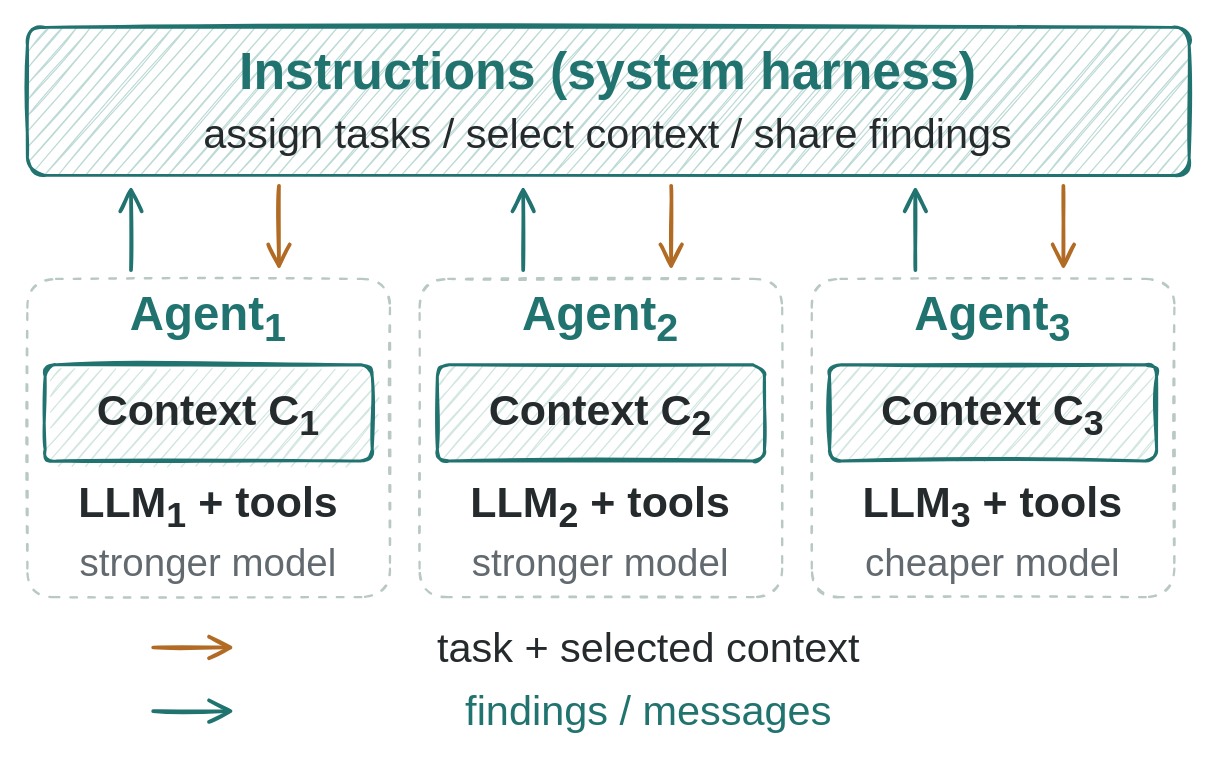
MathisRost/agentic-ai-math keeps this draw.io diagram as assets/multi_agent_contexts.drawio. Above is the earlier version. Source tidied: cells renumbered, new cells numbered last; positions are measured from the earlier drawing's top-left corner, leaving out a move shared by most shapes. Both pictures are drawn from the tidied source at 148%, with x=0, y=0 at pixel (27, 27).
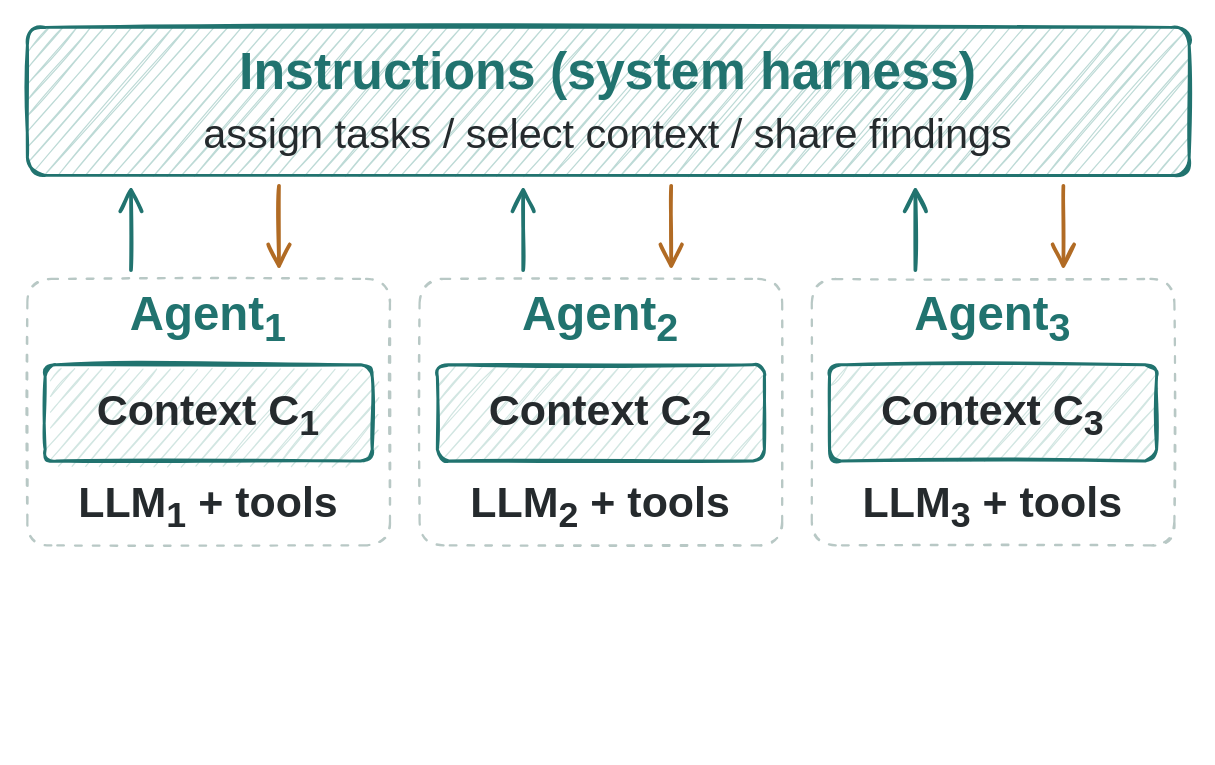
Above is the later version.

Change to the diagram source:
```diff
@@
     <mxCell id="7" style="rounded=1;arcSize=9;fillColor=none;strokeColor=#B8C8C5;strokeWidth=1.5;dashed=1;dashPattern=3 5;sketch=1;jiggle=0.5;" parent="1" vertex="1">
-      <mxGeometry y="170" width="245" height="215" as="geometry" />
+      <mxGeometry y="170" width="245" height="180" as="geometry" />
     </mxCell>
@@
-    <mxCell id="12" value="stronger model" style="text;html=0;whiteSpace=wrap;align=center;verticalAlign=middle;fontFamily=Kalam;fontSize=26;fontStyle=0;fontColor=#626A70;strokeColor=none;fillColor=none;" parent="1" vertex="1">
-      <mxGeometry x="5" y="347" width="235" height="30" as="geometry" />
+    <mxCell id="12" style="edgeStyle=none;rounded=1;curved=0;html=0;sketch=1;comic=0;jiggle=0.6;strokeColor=#B16B24;strokeWidth=2.5;endArrow=open;endSize=12;endFill=0;dashed=0;" parent="1" edge="1">
+      <mxGeometry relative="1" as="geometry">
+        <mxPoint x="435" y="107" as="sourcePoint" />
+        <mxPoint x="435" y="164" as="targetPoint" />
+      </mxGeometry>
     </mxCell>
-    <mxCell id="13" style="edgeStyle=none;rounded=1;curved=0;html=0;sketch=1;comic=0;jiggle=0.6;strokeColor=#B16B24;strokeWidth=2.5;endArrow=open;endSize=12;endFill=0;dashed=0;" parent="1" edge="1">
+    <mxCell id="13" style="edgeStyle=none;rounded=1;curved=0;html=0;sketch=1;comic=0;jiggle=0.6;strokeColor=#21736F;strokeWidth=2.5;endArrow=open;endSize=12;endFill=0;dashed=0;" parent="1" edge="1">
       <mxGeometry relative="1" as="geometry">
-        <mxPoint x="435" y="107" as="sourcePoint" />
-        <mxPoint x="435" y="164" as="targetPoint" />
+        <mxPoint x="335" y="164" as="sourcePoint" />
+        <mxPoint x="335" y="107" as="targetPoint" />
       </mxGeometry>
     </mxCell>
-    <mxCell id="14" style="edgeStyle=none;rounded=1;curved=0;html=0;sketch=1;comic=0;jiggle=0.6;strokeColor=#21736F;strokeWidth=2.5;endArrow=open;endSize=12;endFill=0;dashed=0;" parent="1" edge="1">
-      <mxGeometry relative="1" as="geometry">
-        <mxPoint x="335" y="164" as="sourcePoint" />
-        <mxPoint x="335" y="107" as="targetPoint" />
-      </mxGeometry>
+    <mxCell id="14" style="rounded=1;arcSize=9;fillColor=none;strokeColor=#B8C8C5;strokeWidth=1.5;dashed=1;dashPattern=3 5;sketch=1;jiggle=0.5;" parent="1" vertex="1">
+      <mxGeometry x="265" y="170" width="245" height="180" as="geometry" />
     </mxCell>
-    <mxCell id="15" style="rounded=1;arcSize=9;fillColor=none;strokeColor=#B8C8C5;strokeWidth=1.5;dashed=1;dashPattern=3 5;sketch=1;jiggle=0.5;" parent="1" vertex="1">
-      <mxGeometry x="265" y="170" width="245" height="215" as="geometry" />
+    <mxCell id="15" value="Agent&lt;sub&gt;2&lt;/sub&gt;" style="text;html=1;whiteSpace=wrap;align=center;verticalAlign=middle;fontFamily=Kalam;fontSize=32;fontStyle=1;fontColor=#21736F;strokeColor=none;fillColor=none;" parent="1" vertex="1">
+      <mxGeometry x="270" y="178" width="235" height="38" as="geometry" />
     </mxCell>
-    <mxCell id="16" value="Agent&lt;sub&gt;2&lt;/sub&gt;" style="text;html=1;whiteSpace=wrap;align=center;verticalAlign=middle;fontFamily=Kalam;fontSize=32;fontStyle=1;fontColor=#21736F;strokeColor=none;fillColor=none;" parent="1" vertex="1">
-      <mxGeometry x="270" y="178" width="235" height="38" as="geometry" />
+    <mxCell id="16" style="rounded=1;arcSize=12;whiteSpace=wrap;html=0;sketch=1;comic=0;jiggle=1.2;strokeWidth=2;fillStyle=hachure;hachureGap=7;fillWeight=0.8;fillColor=#D2E6E2;strokeColor=#21736F;fontColor=#252A2D;fontFamily=Kalam;fontSize=29;fontStyle=1;" parent="1" vertex="1">
+      <mxGeometry x="277" y="228" width="221" height="65" as="geometry" />
     </mxCell>
-    <mxCell id="17" style="rounded=1;arcSize=12;whiteSpace=wrap;html=0;sketch=1;comic=0;jiggle=1.2;strokeWidth=2;fillStyle=hachure;hachureGap=7;fillWeight=0.8;fillColor=#D2E6E2;strokeColor=#21736F;fontColor=#252A2D;fontFamily=Kalam;fontSize=29;fontStyle=1;" parent="1" vertex="1">
-      <mxGeometry x="277" y="228" width="221" height="65" as="geometry" />
+    <mxCell id="17" value="Context C&lt;sub&gt;2&lt;/sub&gt;" style="text;html=1;whiteSpace=wrap;align=center;verticalAlign=middle;fontFamily=Kalam;fontSize=29;fontStyle=1;fontColor=#252A2D;strokeColor=none;fillColor=none;" parent="1" vertex="1">
+      <mxGeometry x="283" y="228" width="209" height="65" as="geometry" />
     </mxCell>
-    <mxCell id="18" value="Context C&lt;sub&gt;2&lt;/sub&gt;" style="text;html=1;whiteSpace=wrap;align=center;verticalAlign=middle;fontFamily=Kalam;fontSize=29;fontStyle=1;fontColor=#252A2D;strokeColor=none;fillColor=none;" parent="1" vertex="1">
-      <mxGeometry x="283" y="228" width="209" height="65" as="geometry" />
+    <mxCell id="18" value="LLM&lt;sub&gt;2&lt;/sub&gt; + tools" style="text;html=1;whiteSpace=wrap;align=center;verticalAlign=middle;fontFamily=Kalam;fontSize=29;fontStyle=1;fontColor=#252A2D;strokeColor=none;fillColor=none;" parent="1" vertex="1">
+      <mxGeometry x="270" y="305" width="235" height="36" as="geometry" />
     </mxCell>
-    <mxCell id="19" value="LLM&lt;sub&gt;2&lt;/sub&gt; + tools" style="text;html=1;whiteSpace=wrap;align=center;verticalAlign=middle;fontFamily=Kalam;fontSize=29;fontStyle=1;fontColor=#252A2D;strokeColor=none;fillColor=none;" parent="1" vertex="1">
-      <mxGeometry x="270" y="305" width="235" height="36" as="geometry" />
+    <mxCell id="19" style="edgeStyle=none;rounded=1;curved=0;html=0;sketch=1;comic=0;jiggle=0.6;strokeColor=#B16B24;strokeWidth=2.5;endArrow=open;endSize=12;endFill=0;dashed=0;" parent="1" edge="1">
+      <mxGeometry relative="1" as="geometry">
+        <mxPoint x="700" y="107" as="sourcePoint" />
+        <mxPoint x="700" y="164" as="targetPoint" />
+      </mxGeometry>
     </mxCell>
-    <mxCell id="20" value="stronger model" style="text;html=0;whiteSpace=wrap;align=center;verticalAlign=middle;fontFamily=Kalam;fontSize=26;fontStyle=0;fontColor=#626A70;strokeColor=none;fillColor=none;" parent="1" vertex="1">
-      <mxGeometry x="270" y="347" width="235" height="30" as="geometry" />
+    <mxCell id="20" style="edgeStyle=none;rounded=1;curved=0;html=0;sketch=1;comic=0;jiggle=0.6;strokeColor=#21736F;strokeWidth=2.5;endArrow=open;endSize=12;endFill=0;dashed=0;" parent="1" edge="1">
+      <mxGeometry relative="1" as="geometry">
+        <mxPoint x="600" y="164" as="sourcePoint" />
+        <mxPoint x="600" y="107" as="targetPoint" />
+      </mxGeometry>
     </mxCell>
-    <mxCell id="21" style="edgeStyle=none;rounded=1;curved=0;html=0;sketch=1;comic=0;jiggle=0.6;strokeColor=#B16B24;strokeWidth=2.5;endArrow=open;endSize=12;endFill=0;dashed=0;" parent="1" edge="1">
-      <mxGeometry relative="1" as="geometry">
-        <mxPoint x="700" y="107" as="sourcePoint" />
-        <mxPoint x="700" y="164" as="targetPoint" />
-      </mxGeometry>
+    <mxCell id="21" style="rounded=1;arcSize=9;fillColor=none;strokeColor=#B8C8C5;strokeWidth=1.5;dashed=1;dashPattern=3 5;sketch=1;jiggle=0.5;" parent="1" vertex="1">
+      <mxGeometry x="530" y="170" width="245" height="180" as="geometry" />
     </mxCell>
-    <mxCell id="22" style="edgeStyle=none;rounded=1;curved=0;html=0;sketch=1;comic=0;jiggle=0.6;strokeColor=#21736F;strokeWidth=2.5;endArrow=open;endSize=12;endFill=0;dashed=0;" parent="1" edge="1">
-      <mxGeometry relative="1" as="geometry">
-        <mxPoint x="600" y="164" as="sourcePoint" />
-        <mxPoint x="600" y="107" as="targetPoint" />
-      </mxGeometry>
+    <mxCell id="22" value="Agent&lt;sub&gt;3&lt;/sub&gt;" style="text;html=1;whiteSpace=wrap;align=center;verticalAlign=middle;fontFamily=Kalam;fontSize=32;fontStyle=1;fontColor=#21736F;strokeColor=none;fillColor=none;" parent="1" vertex="1">
+      <mxGeometry x="535" y="178" width="235" height="38" as="geometry" />
     </mxCell>
-    <mxCell id="23" style="rounded=1;arcSize=9;fillColor=none;strokeColor=#B8C8C5;strokeWidth=1.5;dashed=1;dashPattern=3 5;sketch=1;jiggle=0.5;" parent="1" vertex="1">
-      <mxGeometry x="530" y="170" width="245" height="215" as="geometry" />
+    <mxCell id="23" style="rounded=1;arcSize=12;whiteSpace=wrap;html=0;sketch=1;comic=0;jiggle=1.2;strokeWidth=2;fillStyle=hachure;hachureGap=7;fillWeight=0.8;fillColor=#D2E6E2;strokeColor=#21736F;fontColor=#252A2D;fontFamily=Kalam;fontSize=29;fontStyle=1;" parent="1" vertex="1">
+      <mxGeometry x="542" y="228" width="221" height="65" as="geometry" />
     </mxCell>
-    <mxCell id="24" value="Agent&lt;sub&gt;3&lt;/sub&gt;" style="text;html=1;whiteSpace=wrap;align=center;verticalAlign=middle;fontFamily=Kalam;fontSize=32;fontStyle=1;fontColor=#21736F;strokeColor=none;fillColor=none;" parent="1" vertex="1">
-      <mxGeometry x="535" y="178" width="235" height="38" as="geometry" />
+    <mxCell id="24" value="Context C&lt;sub&gt;3&lt;/sub&gt;" style="text;html=1;whiteSpace=wrap;align=center;verticalAlign=middle;fontFamily=Kalam;fontSize=29;fontStyle=1;fontColor=#252A2D;strokeColor=none;fillColor=none;" parent="1" vertex="1">
+      <mxGeometry x="548" y="228" width="209" height="65" as="geometry" />
     </mxCell>
-    <mxCell id="25" style="rounded=1;arcSize=12;whiteSpace=wrap;html=0;sketch=1;comic=0;jiggle=1.2;strokeWidth=2;fillStyle=hachure;hachureGap=7;fillWeight=0.8;fillColor=#D2E6E2;strokeColor=#21736F;fontColor=#252A2D;fontFamily=Kalam;fontSize=29;fontStyle=1;" parent="1" vertex="1">
-      <mxGeometry x="542" y="228" width="221" height="65" as="geometry" />
+    <mxCell id="25" value="LLM&lt;sub&gt;3&lt;/sub&gt; + tools" style="text;html=1;whiteSpace=wrap;align=center;verticalAlign=middle;fontFamily=Kalam;fontSize=29;fontStyle=1;fontColor=#252A2D;strokeColor=none;fillColor=none;" parent="1" vertex="1">
+      <mxGeometry x="535" y="305" width="235" height="36" as="geometry" />
     </mxCell>
-    <mxCell id="26" value="Context C&lt;sub&gt;3&lt;/sub&gt;" style="text;html=1;whiteSpace=wrap;align=center;verticalAlign=middle;fontFamily=Kalam;fontSize=29;fontStyle=1;fontColor=#252A2D;strokeColor=none;fillColor=none;" parent="1" vertex="1">
-      <mxGeometry x="548" y="228" width="209" height="65" as="geometry" />
-    </mxCell>
-    <mxCell id="27" value="LLM&lt;sub&gt;3&lt;/sub&gt; + tools" style="text;html=1;whiteSpace=wrap;align=center;verticalAlign=middle;fontFamily=Kalam;fontSize=29;fontStyle=1;fontColor=#252A2D;strokeColor=none;fillColor=none;" parent="1" vertex="1">
-      <mxGeometry x="535" y="305" width="235" height="36" as="geometry" />
-    </mxCell>
-    <mxCell id="28" value="cheaper model" style="text;html=0;whiteSpace=wrap;align=center;verticalAlign=middle;fontFamily=Kalam;fontSize=26;fontStyle=0;fontColor=#626A70;strokeColor=none;fillColor=none;" parent="1" vertex="1">
-      <mxGeometry x="535" y="347" width="235" height="30" as="geometry" />
-    </mxCell>
-    <mxCell id="29" style="edgeStyle=none;rounded=1;curved=0;html=0;sketch=1;comic=0;jiggle=0.6;strokeColor=#B16B24;strokeWidth=2.5;endArrow=open;endSize=12;endFill=0;dashed=0;" parent="1" edge="1">
-      <mxGeometry relative="1" as="geometry">
-        <mxPoint x="85" y="419" as="sourcePoint" />
-        <mxPoint x="140" y="419" as="targetPoint" />
-      </mxGeometry>
-    </mxCell>
-    <mxCell id="30" value="task + selected context" style="text;html=0;whiteSpace=wrap;align=center;verticalAlign=middle;fontFamily=Kalam;fontSize=28;fontStyle=0;fontColor=#252A2D;strokeColor=none;fillColor=none;" parent="1" vertex="1">
-      <mxGeometry x="155" y="399" width="530" height="40" as="geometry" />
-    </mxCell>
-    <mxCell id="31" style="edgeStyle=none;rounded=1;curved=0;html=0;sketch=1;comic=0;jiggle=0.6;strokeColor=#21736F;strokeWidth=2.5;endArrow=open;endSize=12;endFill=0;dashed=0;" parent="1" edge="1">
-      <mxGeometry relative="1" as="geometry">
-        <mxPoint x="85" y="462" as="sourcePoint" />
-        <mxPoint x="140" y="462" as="targetPoint" />
-      </mxGeometry>
-    </mxCell>
-    <mxCell id="32" value="findings / messages" style="text;html=0;whiteSpace=wrap;align=center;verticalAlign=middle;fontFamily=Kalam;fontSize=28;fontStyle=0;fontColor=#21736F;strokeColor=none;fillColor=none;" parent="1" vertex="1">
-      <mxGeometry x="155" y="442" width="530" height="40" as="geometry" />
-    </mxCell>
```
